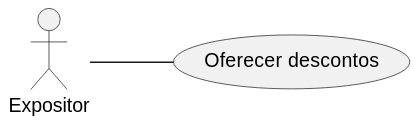
This is specs/casos_de_uso/svg/uml_uc18.svg from Phenrique-sousa/APS-documents, a PlantUML export, as it was before one commit.
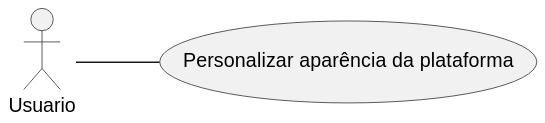
The same diagram one commit later.

Change to the diagram source:
```diff
@@ -1,9 +1,9 @@
 @startuml
 left to right direction
 
-actor "Expositor" as Usuario
+actor "Usuario" as Usuario
 
-usecase "Oferecer descontos" as UC2
+usecase "Personalizar aparência da plataforma" as UC2
 
 Usuario -- UC2
 
```
